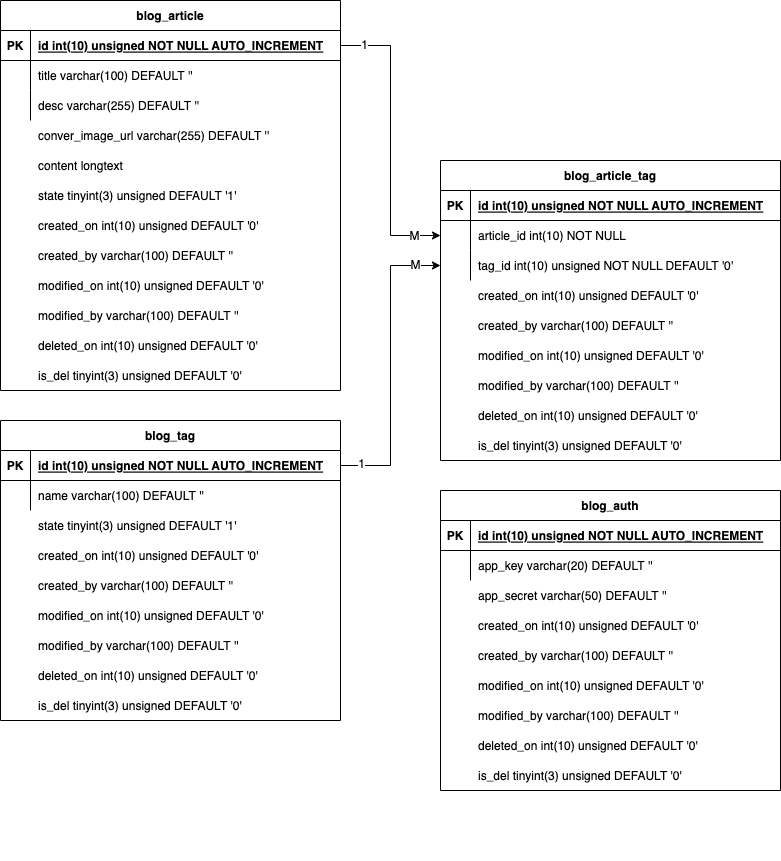
The draw.io diagram assets/ERD.png in onineto7319/blog-small-project, before a commit. Source tidied: cells renumbered, new cells last; positions are measured from the earlier drawing's top-left corner, leaving out a move shared by most shapes.
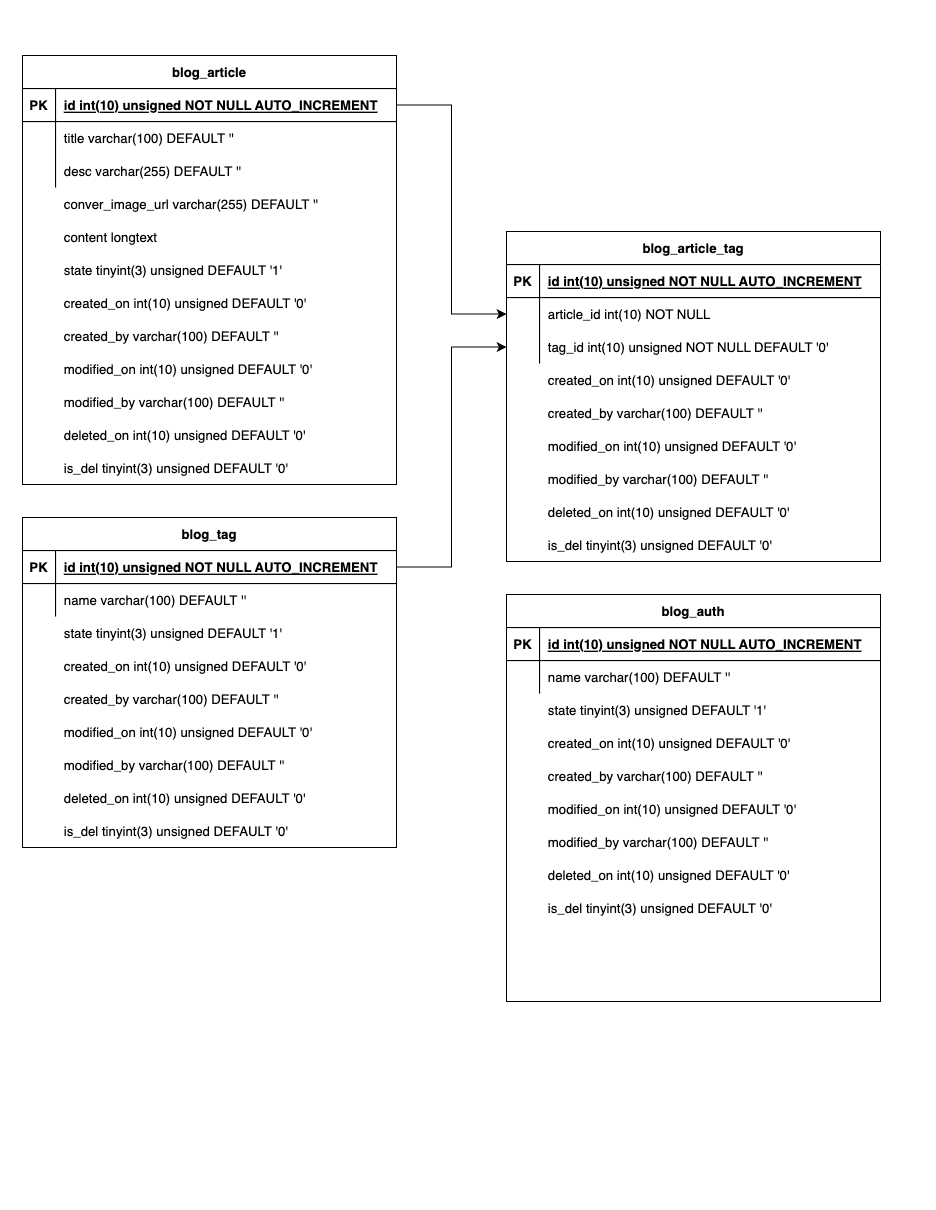
After the change.

Change to the diagram source:
```diff
@@ -53,6 +53,9 @@
     <mxCell id="18" value="is_del tinyint(3) unsigned DEFAULT '0'" style="shape=partialRectangle;overflow=hidden;fillColor=none;top=0;left=0;bottom=0;right=0;align=left;spacingLeft=6;" parent="2" vertex="1">
       <mxGeometry x="30" y="270" width="310" height="30" as="geometry" />
     </mxCell>
+    <mxCell id="72" style="edgeStyle=orthogonalEdgeStyle;rounded=0;jettySize=auto;html=1;exitX=1;exitY=0.5;exitDx=0;exitDy=0;" parent="1" edge="1" source="41" target="10">
+      <mxGeometry relative="1" as="geometry" />
+    </mxCell>
     <mxCell id="19" style="group;" parent="1" vertex="1">
       <mxGeometry width="340" height="390" as="geometry" />
     </mxCell>
@@ -161,21 +164,11 @@
     <mxCell id="54" style="edgeStyle=orthogonalEdgeStyle;rounded=0;jettySize=auto;html=1;exitX=1;exitY=0.5;exitDx=0;exitDy=0;entryX=0;entryY=0.5;entryDx=0;entryDy=0;" parent="1" edge="1" source="21" target="7">
       <mxGeometry relative="1" as="geometry" />
     </mxCell>
-    <mxCell id="55" value="1" style="edgeLabel;html=1;align=center;verticalAlign=middle;" parent="54" vertex="1">
-      <mxGeometry x="-0.84" y="-1" relative="1" as="geometry">
-        <mxPoint y="-2" as="offset" />
-      </mxGeometry>
-    </mxCell>
-    <mxCell id="56" value="M" style="edgeLabel;html=1;align=center;verticalAlign=middle;" parent="54" vertex="1">
-      <mxGeometry x="0.81" y="-2" relative="1" as="geometry">
-        <mxPoint y="-2" as="offset" />
-      </mxGeometry>
-    </mxCell>
     <mxCell id="57" style="group;" parent="1" vertex="1">
       <mxGeometry x="440" y="490" width="340" height="370" as="geometry" />
     </mxCell>
     <mxCell id="58" value="blog_auth" style="shape=table;startSize=30;rowLines=0;fontStyle=1;align=center;" parent="57" vertex="1">
-      <mxGeometry width="340" height="300" as="geometry" />
+      <mxGeometry width="340" height="370" as="geometry" />
     </mxCell>
     <mxCell id="59" style="shape=partialRectangle;fillColor=none;top=0;left=0;right=0;bottom=1;" parent="58" vertex="1">
       <mxGeometry y="30" width="340" height="30" as="geometry" />
@@ -192,9 +185,12 @@
     <mxCell id="63" style="shape=partialRectangle;overflow=hidden;fillColor=none;top=0;left=0;bottom=0;right=0;" parent="62" vertex="1">
       <mxGeometry width="30" height="30" as="geometry" />
     </mxCell>
-    <mxCell id="64" value="app_key varchar(20) DEFAULT ''" style="shape=partialRectangle;overflow=hidden;fillColor=none;top=0;left=0;bottom=0;right=0;align=left;spacingLeft=6;" parent="62" vertex="1">
+    <mxCell id="64" value="name varchar(100) DEFAULT ''" style="shape=partialRectangle;overflow=hidden;fillColor=none;top=0;left=0;bottom=0;right=0;align=left;spacingLeft=6;" parent="62" vertex="1">
       <mxGeometry x="30" width="310" height="30" as="geometry" />
     </mxCell>
+    <mxCell id="75" value="state tinyint(3) unsigned DEFAULT '1'" style="shape=partialRectangle;overflow=hidden;fillColor=none;top=0;left=0;bottom=0;right=0;align=left;spacingLeft=6;" parent="57" vertex="1">
+      <mxGeometry x="30" y="90" width="310" height="30" as="geometry" />
+    </mxCell>
     <mxCell id="65" value="created_on int(10) unsigned DEFAULT '0'" style="shape=partialRectangle;overflow=hidden;fillColor=none;top=0;left=0;bottom=0;right=0;align=left;spacingLeft=6;" parent="57" vertex="1">
       <mxGeometry x="30" y="120" width="310" height="30" as="geometry" />
     </mxCell>
@@ -213,21 +209,5 @@
     <mxCell id="70" value="is_del tinyint(3) unsigned DEFAULT '0'" style="shape=partialRectangle;overflow=hidden;fillColor=none;top=0;left=0;bottom=0;right=0;align=left;spacingLeft=6;" parent="57" vertex="1">
       <mxGeometry x="30" y="270" width="310" height="30" as="geometry" />
     </mxCell>
-    <mxCell id="71" value="app_secret varchar(50) DEFAULT ''" style="shape=partialRectangle;overflow=hidden;fillColor=none;top=0;left=0;bottom=0;right=0;align=left;spacingLeft=6;" parent="57" vertex="1">
-      <mxGeometry x="30" y="90" width="310" height="30" as="geometry" />
-    </mxCell>
-    <mxCell id="72" style="edgeStyle=orthogonalEdgeStyle;rounded=0;jettySize=auto;html=1;exitX=1;exitY=0.5;exitDx=0;exitDy=0;entryX=0;entryY=0.5;entryDx=0;entryDy=0;" parent="1" edge="1" source="41" target="10">
-      <mxGeometry relative="1" as="geometry" />
-    </mxCell>
-    <mxCell id="73" value="1" style="edgeLabel;html=1;align=center;verticalAlign=middle;" parent="72" vertex="1">
-      <mxGeometry x="-0.94" y="-1" relative="1" as="geometry">
-        <mxPoint x="11" y="-3" as="offset" />
-      </mxGeometry>
-    </mxCell>
-    <mxCell id="74" value="M" style="edgeLabel;html=1;align=center;verticalAlign=middle;" parent="72" vertex="1">
-      <mxGeometry x="0.83" y="2" relative="1" as="geometry">
-        <mxPoint y="1" as="offset" />
-      </mxGeometry>
-    </mxCell>
   </root>
 </mxGraphModel>
```
